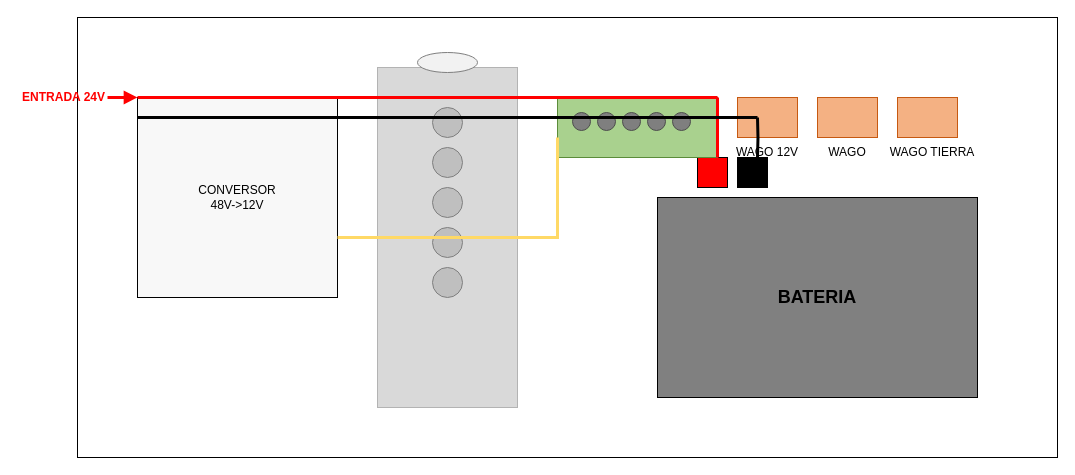
Earlier version of the draw.io diagram docs/assembly/electronics/wiring/images/power-entry.drawio (UM-Driverless/kart_docs). Source tidied: cells renumbered, new cells numbered last; positions are measured from the earlier drawing's top-left corner, leaving out a move shared by most shapes. Both pictures are drawn from the tidied source at 100%, with x=0, y=0 at pixel (17, 17).
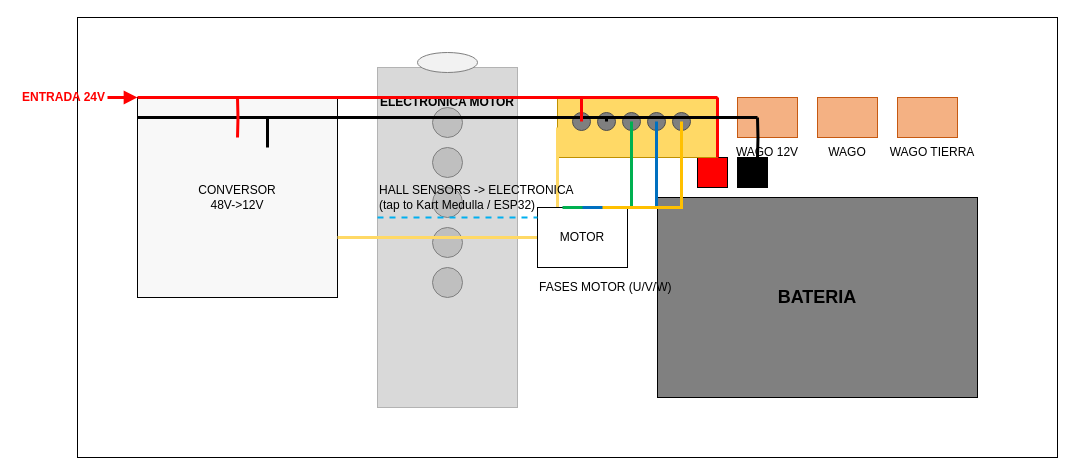
The same page after the edit.

Commit message (it also covers changes not shown here):
Update wiring diagram and EBS parts

Change to the diagram source:
```diff
@@
+    <mxCell id="33" value="ELECTRONICA MOTOR" style="text;html=1;align=center;verticalAlign=middle;whiteSpace=wrap;strokeColor=none;fillColor=none;fontStyle=1;" parent="1" vertex="1">
+      <mxGeometry x="360" y="70" width="140" height="30" as="geometry" />
+    </mxCell>
@@
-    <mxCell id="14" style="rounded=0;whiteSpace=wrap;html=1;fillColor=#a9d18e;strokeColor=#5b8c3a;" parent="1" vertex="1">
+    <mxCell id="14" style="rounded=0;whiteSpace=wrap;html=1;fillColor=#ffd966;strokeColor=#bf9000;" parent="1" vertex="1">
       <mxGeometry x="540" y="80" width="160" height="60" as="geometry" />
     </mxCell>
@@
     <mxCell id="32" style="edgeStyle=orthogonalEdgeStyle;rounded=0;orthogonalLoop=1;jettySize=auto;html=1;endArrow=none;endFill=0;strokeColor=#ffd966;strokeWidth=3;" parent="1" edge="1">
       <mxGeometry relative="1" as="geometry">
         <mxPoint x="320" y="220" as="sourcePoint" />
-        <mxPoint x="540" y="120" as="targetPoint" />
+        <mxPoint x="540" y="110" as="targetPoint" />
         <Array as="points">
           <mxPoint x="540" y="220" />
         </Array>
       </mxGeometry>
     </mxCell>
+    <mxCell id="34" value="MOTOR" style="rounded=0;whiteSpace=wrap;html=1;fillColor=#ffffff;strokeColor=#000000;align=center;" parent="1" vertex="1">
+      <mxGeometry x="520" y="190" width="90" height="60" as="geometry" />
+    </mxCell>
+    <mxCell id="35" value="FASES MOTOR (U/V/W)" style="text;html=1;align=left;verticalAlign=middle;whiteSpace=wrap;strokeColor=none;fillColor=none;" parent="1" vertex="1">
+      <mxGeometry x="520" y="260" width="180" height="20" as="geometry" />
+    </mxCell>
+    <mxCell id="36" value="HALL SENSORS -&gt; ELECTRONICA&#10;(tap to Kart Medulla / ESP32)" style="text;html=1;align=left;verticalAlign=middle;whiteSpace=wrap;strokeColor=none;fillColor=none;" parent="1" vertex="1">
+      <mxGeometry x="360" y="160" width="240" height="40" as="geometry" />
+    </mxCell>
+    <mxCell id="37" style="edgeStyle=orthogonalEdgeStyle;rounded=0;orthogonalLoop=1;jettySize=auto;html=1;endArrow=none;endFill=0;strokeColor=#00b0f0;strokeWidth=2;dashed=1;" parent="1" edge="1">
+      <mxGeometry relative="1" as="geometry">
+        <mxPoint x="360" y="200" as="sourcePoint" />
+        <mxPoint x="520" y="200" as="targetPoint" />
+      </mxGeometry>
+    </mxCell>
+    <mxCell id="38" style="edgeStyle=orthogonalEdgeStyle;rounded=0;orthogonalLoop=1;jettySize=auto;html=1;endArrow=none;endFill=0;strokeColor=#00b050;strokeWidth=3;" parent="1" edge="1">
+      <mxGeometry relative="1" as="geometry">
+        <mxPoint x="614" y="104" as="sourcePoint" />
+        <mxPoint x="545" y="190" as="targetPoint" />
+        <Array as="points">
+          <mxPoint x="614" y="190" />
+        </Array>
+      </mxGeometry>
+    </mxCell>
+    <mxCell id="39" style="edgeStyle=orthogonalEdgeStyle;rounded=0;orthogonalLoop=1;jettySize=auto;html=1;endArrow=none;endFill=0;strokeColor=#0070c0;strokeWidth=3;" parent="1" edge="1">
+      <mxGeometry relative="1" as="geometry">
+        <mxPoint x="639" y="104" as="sourcePoint" />
+        <mxPoint x="565" y="190" as="targetPoint" />
+        <Array as="points">
+          <mxPoint x="639" y="190" />
+        </Array>
+      </mxGeometry>
+    </mxCell>
+    <mxCell id="40" style="edgeStyle=orthogonalEdgeStyle;rounded=0;orthogonalLoop=1;jettySize=auto;html=1;endArrow=none;endFill=0;strokeColor=#ffc000;strokeWidth=3;" parent="1" edge="1">
+      <mxGeometry relative="1" as="geometry">
+        <mxPoint x="664" y="104" as="sourcePoint" />
+        <mxPoint x="585" y="190" as="targetPoint" />
+        <Array as="points">
+          <mxPoint x="664" y="190" />
+        </Array>
+      </mxGeometry>
+    </mxCell>
+    <mxCell id="41" style="edgeStyle=orthogonalEdgeStyle;rounded=0;orthogonalLoop=1;jettySize=auto;html=1;endArrow=none;endFill=0;strokeColor=#ff0000;strokeWidth=3;" parent="1" edge="1">
+      <mxGeometry relative="1" as="geometry">
+        <mxPoint x="220" y="80" as="sourcePoint" />
+        <mxPoint x="220" y="120" as="targetPoint" />
+      </mxGeometry>
+    </mxCell>
+    <mxCell id="42" style="edgeStyle=orthogonalEdgeStyle;rounded=0;orthogonalLoop=1;jettySize=auto;html=1;endArrow=none;endFill=0;strokeColor=#000000;strokeWidth=3;" parent="1" edge="1">
+      <mxGeometry relative="1" as="geometry">
+        <mxPoint x="589" y="100" as="sourcePoint" />
+        <mxPoint x="589" y="104" as="targetPoint" />
+      </mxGeometry>
+    </mxCell>
+    <mxCell id="43" style="edgeStyle=orthogonalEdgeStyle;rounded=0;orthogonalLoop=1;jettySize=auto;html=1;endArrow=none;endFill=0;strokeColor=#ff0000;strokeWidth=3;" parent="1" edge="1">
+      <mxGeometry relative="1" as="geometry">
+        <mxPoint x="564" y="80" as="sourcePoint" />
+        <mxPoint x="564" y="104" as="targetPoint" />
+      </mxGeometry>
+    </mxCell>
+    <mxCell id="44" style="edgeStyle=orthogonalEdgeStyle;rounded=0;orthogonalLoop=1;jettySize=auto;html=1;endArrow=none;endFill=0;strokeColor=#000000;strokeWidth=3;" parent="1" edge="1">
+      <mxGeometry relative="1" as="geometry">
+        <mxPoint x="250" y="100" as="sourcePoint" />
+        <mxPoint x="250" y="130" as="targetPoint" />
+      </mxGeometry>
+    </mxCell>
```
